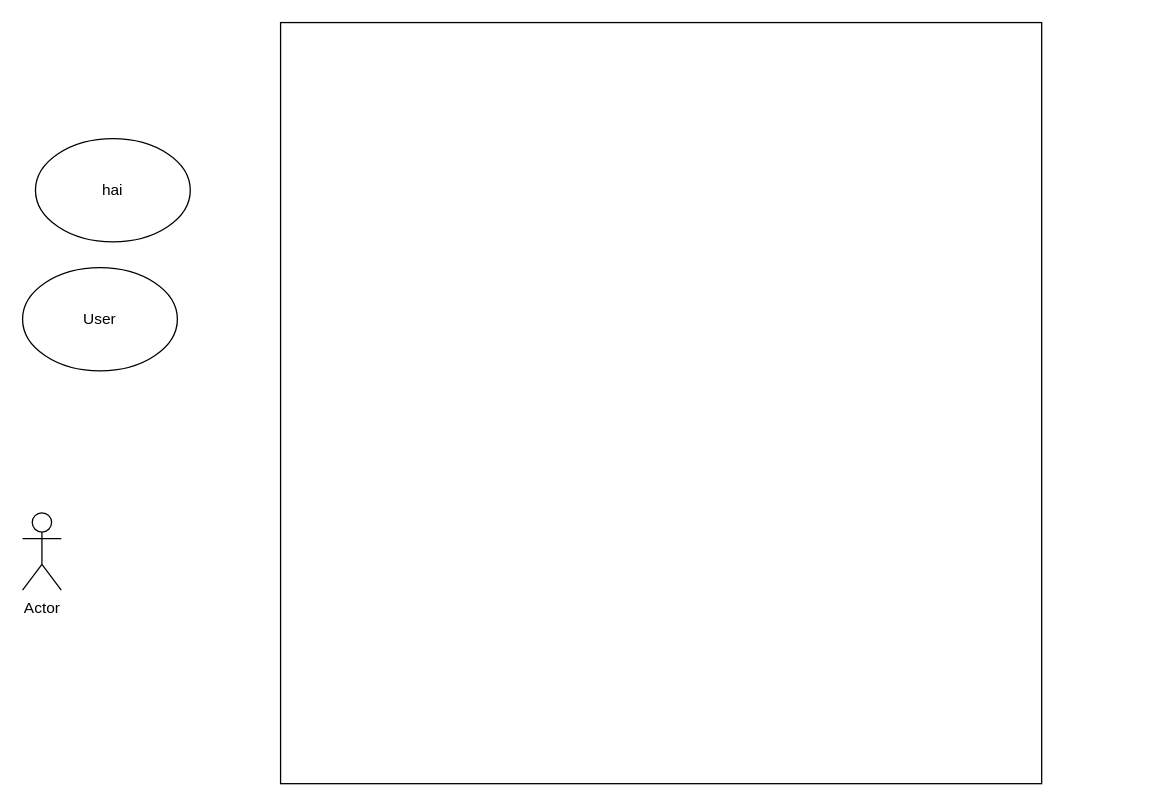
The draw.io diagram web.drawio in Aryanda04/File-common, before the edit. Source tidied: cells renumbered, new cells numbered last; positions are measured from the earlier drawing's top-left corner, leaving out a move shared by most shapes. Both pictures are drawn from the tidied source at 129%, with x=0, y=0 at pixel (22, 22).
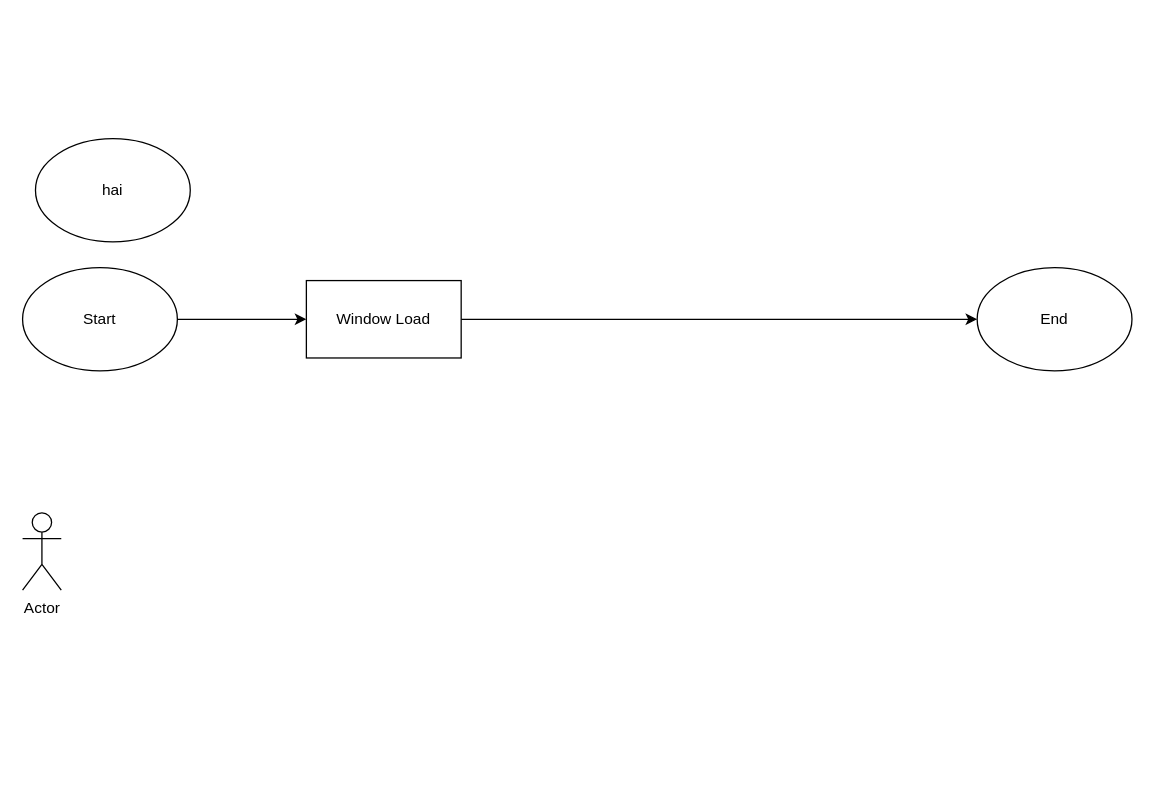
The same diagram, later.

The edit, as a diff of the source:
```diff
@@
 <mxGraphModel>
   <root>
     <mxCell id="0" />
     <mxCell id="1" parent="0" />
-    <mxCell id="2" style="whiteSpace=wrap;html=1;" parent="1" vertex="1">
-      <mxGeometry x="200" width="590" height="590" as="geometry" />
-    </mxCell>
+    <mxCell id="6" style="edgeStyle=orthogonalEdgeStyle;rounded=0;jettySize=auto;html=1;" parent="1" edge="1" source="3" target="9">
+      <mxGeometry relative="1" as="geometry" />
+    </mxCell>
-    <mxCell id="3" value="User" style="ellipse;whiteSpace=wrap;html=1;" parent="1" vertex="1">
+    <mxCell id="3" value="Start" style="ellipse;whiteSpace=wrap;html=1;" parent="1" vertex="1">
       <mxGeometry y="190" width="120" height="80" as="geometry" />
     </mxCell>
     <mxCell id="4" value="Actor" style="shape=umlActor;verticalLabelPosition=bottom;verticalAlign=top;html=1;" parent="1" vertex="1">
       <mxGeometry y="380" width="30" height="60" as="geometry" />
     </mxCell>
+    <mxCell id="7" value="End" style="ellipse;whiteSpace=wrap;html=1;" parent="1" vertex="1">
+      <mxGeometry x="740" y="190" width="120" height="80" as="geometry" />
+    </mxCell>
     <mxCell id="5" value="hai" style="ellipse;whiteSpace=wrap;html=1;" parent="1" vertex="1">
       <mxGeometry x="10" y="90" width="120" height="80" as="geometry" />
     </mxCell>
+    <mxCell id="8" style="edgeStyle=orthogonalEdgeStyle;rounded=0;jettySize=auto;html=1;" parent="1" edge="1" source="9" target="7">
+      <mxGeometry relative="1" as="geometry" />
+    </mxCell>
+    <mxCell id="9" value="Window Load" style="rounded=0;whiteSpace=wrap;html=1;" parent="1" vertex="1">
+      <mxGeometry x="220" y="200" width="120" height="60" as="geometry" />
+    </mxCell>
   </root>
 </mxGraphModel>
```
